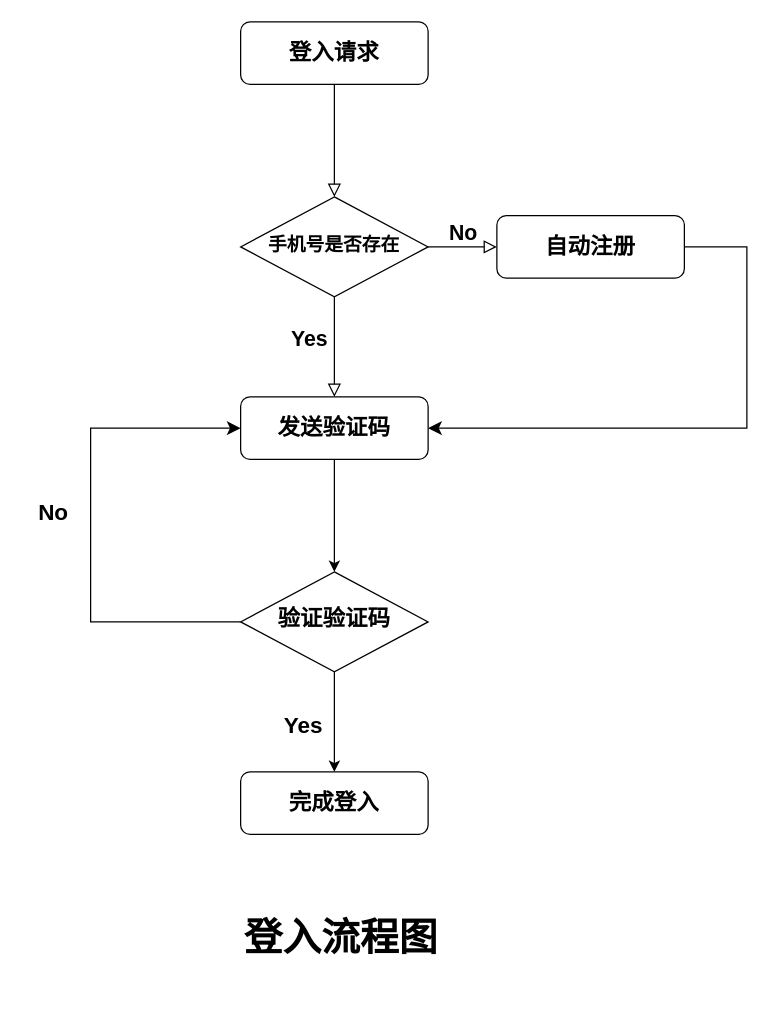
Above: login.drawio in njauwj/draw (draw.io), before the change. Source tidied: cells renumbered, new cells numbered last; positions are measured from the earlier drawing's top-left corner, leaving out a move shared by most shapes. Both pictures are drawn from the tidied source at 125%, with x=0, y=0 at pixel (21, 21).
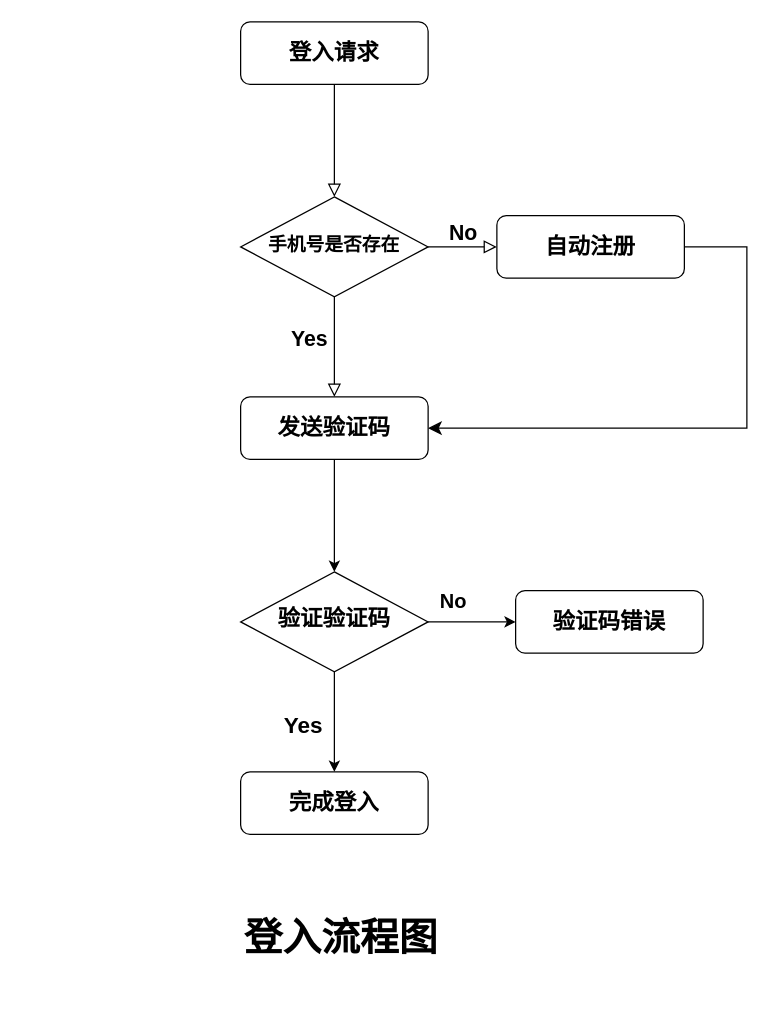
The same diagram, later.

The change refers to these unchanged cells:
```xml
<mxCell id="8" value="&lt;font style=&quot;font-size: 18px;&quot;&gt;&lt;b&gt;发送验证码&lt;/b&gt;&lt;/font&gt;" style="rounded=1;whiteSpace=wrap;html=1;fontSize=12;glass=0;strokeWidth=1;shadow=0;strokeColor=default;align=center;verticalAlign=middle;fontFamily=Helvetica;fontColor=default;fillColor=default;" parent="1" vertex="1">
  <mxGeometry x="175" y="300" width="150" height="50" as="geometry" />
</mxCell>
<mxCell id="12" value="&lt;font style=&quot;font-size: 18px;&quot;&gt;&lt;b&gt;验证验证码&lt;/b&gt;&lt;/font&gt;" style="rhombus;whiteSpace=wrap;html=1;shadow=0;fontFamily=Helvetica;fontSize=12;align=center;strokeWidth=1;spacing=6;spacingTop=-4;" parent="1" vertex="1">
  <mxGeometry x="175" y="440" width="150" height="80" as="geometry" />
</mxCell>
```

The edit, as a diff of the source:
```diff
@@
-    <mxCell id="16" style="edgeStyle=segmentEdgeStyle;endArrow=classic;html=1;curved=0;rounded=0;endSize=8;startSize=8;exitX=0;exitY=0.5;exitDx=0;exitDy=0;entryX=0;entryY=0.5;entryDx=0;entryDy=0;" parent="1" edge="1" source="12" target="8">
-      <mxGeometry relative="1" as="geometry">
-        <Array as="points">
-          <mxPoint x="55" y="480" />
-          <mxPoint x="55" y="325" />
-        </Array>
-      </mxGeometry>
-    </mxCell>
+    <mxCell id="18" value="&lt;h1&gt;&lt;font style=&quot;font-size: 31px;&quot;&gt;登入流程图&lt;/font&gt;&lt;/h1&gt;" style="text;html=1;align=center;verticalAlign=middle;strokeColor=none;fillColor=none;" parent="1" vertex="1">
+      <mxGeometry x="165" y="693" width="180" height="80" as="geometry" />
+    </mxCell>
+    <mxCell id="19" style="endArrow=classic;html=1;rounded=0;exitX=1;exitY=0.5;exitDx=0;exitDy=0;entryX=0;entryY=0.5;entryDx=0;entryDy=0;" parent="1" edge="1" source="12" target="20">
+      <mxGeometry relative="1" as="geometry" />
+    </mxCell>
+    <mxCell id="20" value="&lt;font style=&quot;font-size: 18px;&quot;&gt;&lt;b&gt;验证码错误&lt;/b&gt;&lt;/font&gt;" style="rounded=1;whiteSpace=wrap;html=1;fontSize=12;glass=0;strokeWidth=1;shadow=0;" parent="1" vertex="1">
+      <mxGeometry x="395" y="455" width="150" height="50" as="geometry" />
+    </mxCell>
-    <mxCell id="17" value="&lt;font style=&quot;font-size: 18px;&quot;&gt;&lt;b&gt;No&lt;/b&gt;&lt;/font&gt;" style="text;html=1;align=center;verticalAlign=middle;strokeColor=none;fillColor=none;" parent="1" vertex="1">
-      <mxGeometry y="373" width="50" height="40" as="geometry" />
+    <mxCell id="17" value="&lt;font style=&quot;font-size: 16px;&quot;&gt;&lt;b&gt;No&lt;/b&gt;&lt;/font&gt;" style="text;html=1;align=center;verticalAlign=middle;strokeColor=none;fillColor=none;" parent="1" vertex="1">
+      <mxGeometry x="325" y="448" width="40" height="30" as="geometry" />
     </mxCell>
-    <mxCell id="18" value="&lt;h1&gt;&lt;font style=&quot;font-size: 31px;&quot;&gt;登入流程图&lt;/font&gt;&lt;/h1&gt;" style="text;html=1;align=center;verticalAlign=middle;strokeColor=none;fillColor=none;" parent="1" vertex="1">
-      <mxGeometry x="165" y="693" width="180" height="80" as="geometry" />
-    </mxCell>
```
